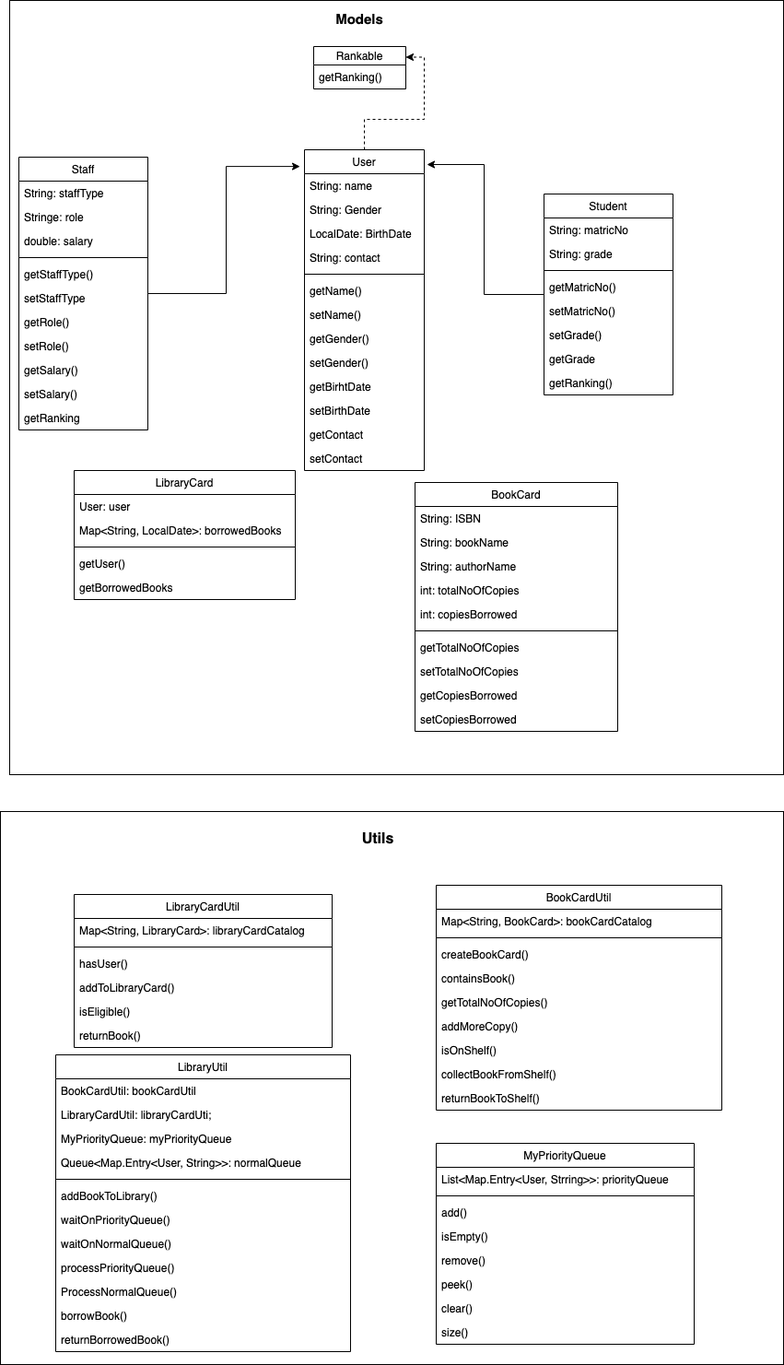
This is src/main/UML-DIAGRAM/librayModel-UML.png from Euchigere/LibraryModel, a draw.io export, as it was before one commit. Source tidied: cells renumbered, new cells last; positions are measured from the earlier drawing's top-left corner, leaving out a move shared by most shapes.
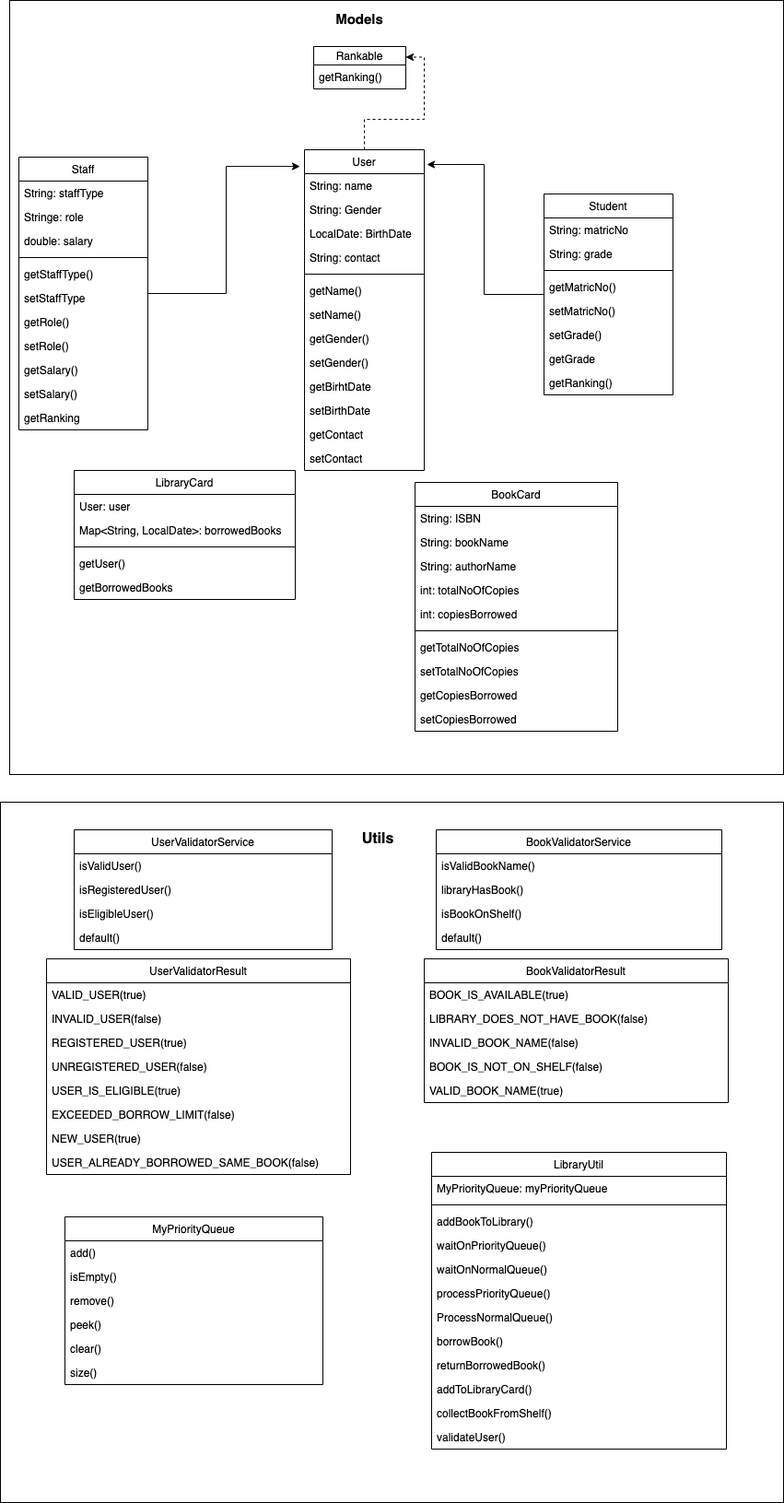
The same diagram one commit later.

Commit message:
update UML diagram

The edit, as a diff of the source:
```diff
@@ -5,3 +5,3 @@
     <mxCell id="2" style="rounded=0;whiteSpace=wrap;html=1;strokeWidth=1;fillColor=none;fontSize=12;" parent="1" vertex="1">
-      <mxGeometry y="880" width="850" height="600" as="geometry" />
+      <mxGeometry y="870" width="850" height="760" as="geometry" />
     </mxCell>
@@ -187,119 +187,137 @@
     </mxCell>
-    <mxCell id="63" value="MyPriorityQueue" style="swimlane;fontStyle=0;horizontal=1;startSize=26;fillColor=none;rounded=0;strokeWidth=1;fontSize=12;" parent="1" vertex="1">
-      <mxGeometry x="473" y="1240" width="280" height="218" as="geometry" />
-    </mxCell>
-    <mxCell id="64" value="List&lt;Map.Entry&lt;User, Strring&gt;&gt;: priorityQueue" style="text;strokeColor=none;fillColor=none;align=left;verticalAlign=top;spacingLeft=4;spacingRight=4;overflow=hidden;" parent="63" vertex="1">
-      <mxGeometry y="26" width="280" height="26" as="geometry" />
-    </mxCell>
-    <mxCell id="65" style="line;strokeWidth=1;html=1;rounded=0;fillColor=none;fontSize=12;" parent="63" vertex="1">
-      <mxGeometry y="52" width="280" height="10" as="geometry" />
-    </mxCell>
-    <mxCell id="66" value="add()" style="text;strokeColor=none;fillColor=none;align=left;verticalAlign=top;spacingLeft=4;spacingRight=4;overflow=hidden;" parent="63" vertex="1">
-      <mxGeometry y="62" width="280" height="26" as="geometry" />
-    </mxCell>
-    <mxCell id="67" value="isEmpty()" style="text;strokeColor=none;fillColor=none;align=left;verticalAlign=top;spacingLeft=4;spacingRight=4;overflow=hidden;" parent="63" vertex="1">
-      <mxGeometry y="88" width="280" height="26" as="geometry" />
-    </mxCell>
-    <mxCell id="68" value="remove()" style="text;strokeColor=none;fillColor=none;align=left;verticalAlign=top;spacingLeft=4;spacingRight=4;overflow=hidden;" parent="63" vertex="1">
-      <mxGeometry y="114" width="280" height="26" as="geometry" />
-    </mxCell>
-    <mxCell id="69" value="peek()" style="text;strokeColor=none;fillColor=none;align=left;verticalAlign=top;spacingLeft=4;spacingRight=4;overflow=hidden;" parent="63" vertex="1">
-      <mxGeometry y="140" width="280" height="26" as="geometry" />
-    </mxCell>
-    <mxCell id="70" value="clear()" style="text;strokeColor=none;fillColor=none;align=left;verticalAlign=top;spacingLeft=4;spacingRight=4;overflow=hidden;" parent="63" vertex="1">
-      <mxGeometry y="166" width="280" height="26" as="geometry" />
-    </mxCell>
-    <mxCell id="71" value="size()" style="text;strokeColor=none;fillColor=none;align=left;verticalAlign=top;spacingLeft=4;spacingRight=4;overflow=hidden;" parent="63" vertex="1">
-      <mxGeometry y="192" width="280" height="26" as="geometry" />
-    </mxCell>
+    <mxCell id="85" value="UserValidatorService" style="swimlane;fontStyle=0;horizontal=1;startSize=26;fillColor=none;rounded=0;strokeWidth=1;" parent="1" vertex="1">
+      <mxGeometry x="80" y="900" width="280" height="130" as="geometry" />
+    </mxCell>
+    <mxCell id="88" value="isValidUser()" style="text;strokeColor=none;fillColor=none;align=left;verticalAlign=top;spacingLeft=4;spacingRight=4;overflow=hidden;" parent="85" vertex="1">
+      <mxGeometry y="26" width="280" height="26" as="geometry" />
+    </mxCell>
+    <mxCell id="89" value="isRegisteredUser()" style="text;strokeColor=none;fillColor=none;align=left;verticalAlign=top;spacingLeft=4;spacingRight=4;overflow=hidden;" parent="85" vertex="1">
+      <mxGeometry y="52" width="280" height="26" as="geometry" />
+    </mxCell>
+    <mxCell id="90" value="isEligibleUser()" style="text;strokeColor=none;fillColor=none;align=left;verticalAlign=top;spacingLeft=4;spacingRight=4;overflow=hidden;" parent="85" vertex="1">
+      <mxGeometry y="78" width="280" height="26" as="geometry" />
+    </mxCell>
+    <mxCell id="91" value="default()" style="text;strokeColor=none;fillColor=none;align=left;verticalAlign=top;spacingLeft=4;spacingRight=4;overflow=hidden;" parent="85" vertex="1">
+      <mxGeometry y="104" width="280" height="26" as="geometry" />
+    </mxCell>
+    <mxCell id="102" value="UserValidatorResult" style="swimlane;fontStyle=0;horizontal=1;startSize=26;fillColor=none;rounded=0;strokeWidth=1;" parent="1" vertex="1">
+      <mxGeometry x="50" y="1040" width="330" height="234" as="geometry" />
+    </mxCell>
+    <mxCell id="103" value="VALID_USER(true)" style="text;strokeColor=none;fillColor=none;align=left;verticalAlign=top;spacingLeft=4;spacingRight=4;overflow=hidden;" parent="102" vertex="1">
+      <mxGeometry y="26" width="330" height="26" as="geometry" />
+    </mxCell>
+    <mxCell id="104" value="INVALID_USER(false)" style="text;strokeColor=none;fillColor=none;align=left;verticalAlign=top;spacingLeft=4;spacingRight=4;overflow=hidden;" parent="102" vertex="1">
+      <mxGeometry y="52" width="330" height="26" as="geometry" />
+    </mxCell>
+    <mxCell id="105" value="REGISTERED_USER(true)" style="text;strokeColor=none;fillColor=none;align=left;verticalAlign=top;spacingLeft=4;spacingRight=4;overflow=hidden;" parent="102" vertex="1">
+      <mxGeometry y="78" width="330" height="26" as="geometry" />
+    </mxCell>
+    <mxCell id="106" value="UNREGISTERED_USER(false)" style="text;strokeColor=none;fillColor=none;align=left;verticalAlign=top;spacingLeft=4;spacingRight=4;overflow=hidden;" parent="102" vertex="1">
+      <mxGeometry y="104" width="330" height="26" as="geometry" />
+    </mxCell>
+    <mxCell id="107" value="USER_IS_ELIGIBLE(true)" style="text;strokeColor=none;fillColor=none;align=left;verticalAlign=top;spacingLeft=4;spacingRight=4;overflow=hidden;" parent="102" vertex="1">
+      <mxGeometry y="130" width="330" height="26" as="geometry" />
+    </mxCell>
+    <mxCell id="108" value="EXCEEDED_BORROW_LIMIT(false)" style="text;strokeColor=none;fillColor=none;align=left;verticalAlign=top;spacingLeft=4;spacingRight=4;overflow=hidden;" parent="102" vertex="1">
+      <mxGeometry y="156" width="330" height="26" as="geometry" />
+    </mxCell>
+    <mxCell id="109" value="NEW_USER(true)" style="text;strokeColor=none;fillColor=none;align=left;verticalAlign=top;spacingLeft=4;spacingRight=4;overflow=hidden;" parent="102" vertex="1">
+      <mxGeometry y="182" width="330" height="26" as="geometry" />
+    </mxCell>
+    <mxCell id="110" value="USER_ALREADY_BORROWED_SAME_BOOK(false)" style="text;strokeColor=none;fillColor=none;align=left;verticalAlign=top;spacingLeft=4;spacingRight=4;overflow=hidden;" parent="102" vertex="1">
+      <mxGeometry y="208" width="330" height="26" as="geometry" />
+    </mxCell>
+    <mxCell id="92" value="BookValidatorService" style="swimlane;fontStyle=0;horizontal=1;startSize=26;fillColor=none;rounded=0;strokeWidth=1;" parent="1" vertex="1">
+      <mxGeometry x="473" y="900" width="310" height="130" as="geometry" />
+    </mxCell>
+    <mxCell id="95" value="isValidBookName()" style="text;strokeColor=none;fillColor=none;align=left;verticalAlign=top;spacingLeft=4;spacingRight=4;overflow=hidden;" parent="92" vertex="1">
+      <mxGeometry y="26" width="310" height="26" as="geometry" />
+    </mxCell>
+    <mxCell id="96" value="libraryHasBook()" style="text;strokeColor=none;fillColor=none;align=left;verticalAlign=top;spacingLeft=4;spacingRight=4;overflow=hidden;" parent="92" vertex="1">
+      <mxGeometry y="52" width="310" height="26" as="geometry" />
+    </mxCell>
+    <mxCell id="97" value="isBookOnShelf()" style="text;strokeColor=none;fillColor=none;align=left;verticalAlign=top;spacingLeft=4;spacingRight=4;overflow=hidden;" parent="92" vertex="1">
+      <mxGeometry y="78" width="310" height="26" as="geometry" />
+    </mxCell>
+    <mxCell id="98" value="default()" style="text;strokeColor=none;fillColor=none;align=left;verticalAlign=top;spacingLeft=4;spacingRight=4;overflow=hidden;" parent="92" vertex="1">
+      <mxGeometry y="104" width="310" height="26" as="geometry" />
+    </mxCell>
+    <mxCell id="111" value="BookValidatorResult" style="swimlane;fontStyle=0;horizontal=1;startSize=26;fillColor=none;rounded=0;strokeWidth=1;" parent="1" vertex="1">
+      <mxGeometry x="460" y="1040" width="330" height="156" as="geometry" />
+    </mxCell>
+    <mxCell id="112" value="BOOK_IS_AVAILABLE(true)" style="text;strokeColor=none;fillColor=none;align=left;verticalAlign=top;spacingLeft=4;spacingRight=4;overflow=hidden;" parent="111" vertex="1">
+      <mxGeometry y="26" width="330" height="26" as="geometry" />
+    </mxCell>
+    <mxCell id="113" value="LIBRARY_DOES_NOT_HAVE_BOOK(false)" style="text;strokeColor=none;fillColor=none;align=left;verticalAlign=top;spacingLeft=4;spacingRight=4;overflow=hidden;" parent="111" vertex="1">
+      <mxGeometry y="52" width="330" height="26" as="geometry" />
+    </mxCell>
+    <mxCell id="114" value="INVALID_BOOK_NAME(false)" style="text;strokeColor=none;fillColor=none;align=left;verticalAlign=top;spacingLeft=4;spacingRight=4;overflow=hidden;" parent="111" vertex="1">
+      <mxGeometry y="78" width="330" height="26" as="geometry" />
+    </mxCell>
+    <mxCell id="115" value="BOOK_IS_NOT_ON_SHELF(false)" style="text;strokeColor=none;fillColor=none;align=left;verticalAlign=top;spacingLeft=4;spacingRight=4;overflow=hidden;" parent="111" vertex="1">
+      <mxGeometry y="104" width="330" height="26" as="geometry" />
+    </mxCell>
+    <mxCell id="116" value="VALID_BOOK_NAME(true)" style="text;strokeColor=none;fillColor=none;align=left;verticalAlign=top;spacingLeft=4;spacingRight=4;overflow=hidden;" parent="111" vertex="1">
+      <mxGeometry y="130" width="330" height="26" as="geometry" />
+    </mxCell>
     <mxCell id="72" value="LibraryUtil" style="swimlane;fontStyle=0;horizontal=1;startSize=26;fillColor=none;rounded=0;strokeWidth=1;fontSize=12;" parent="1" vertex="1">
-      <mxGeometry x="60" y="1144" width="320" height="322" as="geometry" />
+      <mxGeometry x="468" y="1250" width="320" height="322" as="geometry" />
     </mxCell>
-    <mxCell id="73" value="BookCardUtil: bookCardUtil" style="text;strokeColor=none;fillColor=none;align=left;verticalAlign=top;spacingLeft=4;spacingRight=4;overflow=hidden;" parent="72" vertex="1">
-      <mxGeometry y="26" width="320" height="26" as="geometry" />
-    </mxCell>
-    <mxCell id="74" value="LibraryCardUtil: libraryCardUti;" style="text;strokeColor=none;fillColor=none;align=left;verticalAlign=top;spacingLeft=4;spacingRight=4;overflow=hidden;" parent="72" vertex="1">
-      <mxGeometry y="52" width="320" height="26" as="geometry" />
-    </mxCell>
     <mxCell id="75" value="MyPriorityQueue: myPriorityQueue" style="text;strokeColor=none;fillColor=none;align=left;verticalAlign=top;spacingLeft=4;spacingRight=4;overflow=hidden;" parent="72" vertex="1">
-      <mxGeometry y="78" width="320" height="26" as="geometry" />
+      <mxGeometry y="26" width="320" height="26" as="geometry" />
     </mxCell>
-    <mxCell id="76" value="Queue&lt;Map.Entry&lt;User, String&gt;&gt;: normalQueue" style="text;strokeColor=none;fillColor=none;align=left;verticalAlign=top;spacingLeft=4;spacingRight=4;overflow=hidden;" parent="72" vertex="1">
-      <mxGeometry y="104" width="320" height="26" as="geometry" />
-    </mxCell>
     <mxCell id="77" style="line;strokeWidth=1;html=1;rounded=0;fillColor=none;fontSize=12;" parent="72" vertex="1">
-      <mxGeometry y="130" width="320" height="10" as="geometry" />
+      <mxGeometry y="52" width="320" height="10" as="geometry" />
     </mxCell>
     <mxCell id="78" value="addBookToLibrary()" style="text;strokeColor=none;fillColor=none;align=left;verticalAlign=top;spacingLeft=4;spacingRight=4;overflow=hidden;" parent="72" vertex="1">
-      <mxGeometry y="140" width="320" height="26" as="geometry" />
+      <mxGeometry y="62" width="320" height="26" as="geometry" />
     </mxCell>
     <mxCell id="79" value="waitOnPriorityQueue()" style="text;strokeColor=none;fillColor=none;align=left;verticalAlign=top;spacingLeft=4;spacingRight=4;overflow=hidden;" parent="72" vertex="1">
-      <mxGeometry y="166" width="320" height="26" as="geometry" />
+      <mxGeometry y="88" width="320" height="26" as="geometry" />
     </mxCell>
     <mxCell id="80" value="waitOnNormalQueue()" style="text;strokeColor=none;fillColor=none;align=left;verticalAlign=top;spacingLeft=4;spacingRight=4;overflow=hidden;" parent="72" vertex="1">
-      <mxGeometry y="192" width="320" height="26" as="geometry" />
+      <mxGeometry y="114" width="320" height="26" as="geometry" />
     </mxCell>
     <mxCell id="81" value="processPriorityQueue()" style="text;strokeColor=none;fillColor=none;align=left;verticalAlign=top;spacingLeft=4;spacingRight=4;overflow=hidden;" parent="72" vertex="1">
-      <mxGeometry y="218" width="320" height="26" as="geometry" />
+      <mxGeometry y="140" width="320" height="26" as="geometry" />
     </mxCell>
     <mxCell id="82" value="ProcessNormalQueue()" style="text;strokeColor=none;fillColor=none;align=left;verticalAlign=top;spacingLeft=4;spacingRight=4;overflow=hidden;" parent="72" vertex="1">
-      <mxGeometry y="244" width="320" height="26" as="geometry" />
+      <mxGeometry y="166" width="320" height="26" as="geometry" />
     </mxCell>
     <mxCell id="83" value="borrowBook()" style="text;strokeColor=none;fillColor=none;align=left;verticalAlign=top;spacingLeft=4;spacingRight=4;overflow=hidden;" parent="72" vertex="1">
-      <mxGeometry y="270" width="320" height="26" as="geometry" />
+      <mxGeometry y="192" width="320" height="26" as="geometry" />
     </mxCell>
     <mxCell id="84" value="returnBorrowedBook()" style="text;strokeColor=none;fillColor=none;align=left;verticalAlign=top;spacingLeft=4;spacingRight=4;overflow=hidden;" parent="72" vertex="1">
-      <mxGeometry y="296" width="320" height="26" as="geometry" />
+      <mxGeometry y="218" width="320" height="26" as="geometry" />
     </mxCell>
-    <mxCell id="85" value="LibraryCardUtil" style="swimlane;fontStyle=0;horizontal=1;startSize=26;fillColor=none;rounded=0;strokeWidth=1;" parent="1" vertex="1">
-      <mxGeometry x="80" y="970" width="280" height="166" as="geometry" />
-    </mxCell>
-    <mxCell id="86" value="Map&lt;String, LibraryCard&gt;: libraryCardCatalog" style="text;strokeColor=none;fillColor=none;align=left;verticalAlign=top;spacingLeft=4;spacingRight=4;overflow=hidden;" parent="85" vertex="1">
-      <mxGeometry y="26" width="280" height="26" as="geometry" />
-    </mxCell>
-    <mxCell id="87" style="line;strokeWidth=1;html=1;rounded=0;fillColor=none;" parent="85" vertex="1">
-      <mxGeometry y="52" width="280" height="10" as="geometry" />
-    </mxCell>
-    <mxCell id="88" value="hasUser()" style="text;strokeColor=none;fillColor=none;align=left;verticalAlign=top;spacingLeft=4;spacingRight=4;overflow=hidden;" parent="85" vertex="1">
-      <mxGeometry y="62" width="280" height="26" as="geometry" />
-    </mxCell>
-    <mxCell id="89" value="addToLibraryCard()" style="text;strokeColor=none;fillColor=none;align=left;verticalAlign=top;spacingLeft=4;spacingRight=4;overflow=hidden;" parent="85" vertex="1">
-      <mxGeometry y="88" width="280" height="26" as="geometry" />
-    </mxCell>
-    <mxCell id="90" value="isEligible()" style="text;strokeColor=none;fillColor=none;align=left;verticalAlign=top;spacingLeft=4;spacingRight=4;overflow=hidden;" parent="85" vertex="1">
-      <mxGeometry y="114" width="280" height="26" as="geometry" />
-    </mxCell>
-    <mxCell id="91" value="returnBook()" style="text;strokeColor=none;fillColor=none;align=left;verticalAlign=top;spacingLeft=4;spacingRight=4;overflow=hidden;" parent="85" vertex="1">
-      <mxGeometry y="140" width="280" height="26" as="geometry" />
-    </mxCell>
-    <mxCell id="92" value="BookCardUtil" style="swimlane;fontStyle=0;horizontal=1;startSize=26;fillColor=none;rounded=0;strokeWidth=1;" parent="1" vertex="1">
-      <mxGeometry x="473" y="960" width="310" height="244" as="geometry" />
-    </mxCell>
-    <mxCell id="93" value="Map&lt;String, BookCard&gt;: bookCardCatalog" style="text;strokeColor=none;fillColor=none;align=left;verticalAlign=top;spacingLeft=4;spacingRight=4;overflow=hidden;" parent="92" vertex="1">
-      <mxGeometry y="26" width="310" height="26" as="geometry" />
-    </mxCell>
-    <mxCell id="94" style="line;strokeWidth=1;html=1;rounded=0;fillColor=none;fontSize=15;" parent="92" vertex="1">
-      <mxGeometry y="52" width="310" height="10" as="geometry" />
-    </mxCell>
-    <mxCell id="95" value="createBookCard()" style="text;strokeColor=none;fillColor=none;align=left;verticalAlign=top;spacingLeft=4;spacingRight=4;overflow=hidden;" parent="92" vertex="1">
-      <mxGeometry y="62" width="310" height="26" as="geometry" />
-    </mxCell>
-    <mxCell id="96" value="containsBook()" style="text;strokeColor=none;fillColor=none;align=left;verticalAlign=top;spacingLeft=4;spacingRight=4;overflow=hidden;" parent="92" vertex="1">
-      <mxGeometry y="88" width="310" height="26" as="geometry" />
-    </mxCell>
-    <mxCell id="97" value="getTotalNoOfCopies()" style="text;strokeColor=none;fillColor=none;align=left;verticalAlign=top;spacingLeft=4;spacingRight=4;overflow=hidden;" parent="92" vertex="1">
-      <mxGeometry y="114" width="310" height="26" as="geometry" />
-    </mxCell>
-    <mxCell id="98" value="addMoreCopy()" style="text;strokeColor=none;fillColor=none;align=left;verticalAlign=top;spacingLeft=4;spacingRight=4;overflow=hidden;" parent="92" vertex="1">
-      <mxGeometry y="140" width="310" height="26" as="geometry" />
-    </mxCell>
-    <mxCell id="99" value="isOnShelf()" style="text;strokeColor=none;fillColor=none;align=left;verticalAlign=top;spacingLeft=4;spacingRight=4;overflow=hidden;" parent="92" vertex="1">
-      <mxGeometry y="166" width="310" height="26" as="geometry" />
-    </mxCell>
+    <mxCell id="117" value="addToLibraryCard()" style="text;strokeColor=none;fillColor=none;align=left;verticalAlign=top;spacingLeft=4;spacingRight=4;overflow=hidden;" parent="72" vertex="1">
+      <mxGeometry y="244" width="320" height="26" as="geometry" />
+    </mxCell>
-    <mxCell id="100" value="collectBookFromShelf()" style="text;strokeColor=none;fillColor=none;align=left;verticalAlign=top;spacingLeft=4;spacingRight=4;overflow=hidden;" parent="92" vertex="1">
-      <mxGeometry y="192" width="310" height="26" as="geometry" />
+    <mxCell id="100" value="collectBookFromShelf()" style="text;strokeColor=none;fillColor=none;align=left;verticalAlign=top;spacingLeft=4;spacingRight=4;overflow=hidden;" parent="72" vertex="1">
+      <mxGeometry y="270" width="320" height="26" as="geometry" />
     </mxCell>
-    <mxCell id="101" value="returnBookToShelf()" style="text;strokeColor=none;fillColor=none;align=left;verticalAlign=top;spacingLeft=4;spacingRight=4;overflow=hidden;" parent="92" vertex="1">
-      <mxGeometry y="218" width="310" height="26" as="geometry" />
-    </mxCell>
+    <mxCell id="118" value="validateUser()" style="text;strokeColor=none;fillColor=none;align=left;verticalAlign=top;spacingLeft=4;spacingRight=4;overflow=hidden;" parent="72" vertex="1">
+      <mxGeometry y="296" width="320" height="26" as="geometry" />
+    </mxCell>
+    <mxCell id="63" value="MyPriorityQueue" style="swimlane;fontStyle=0;horizontal=1;startSize=26;fillColor=none;rounded=0;strokeWidth=1;fontSize=12;" parent="1" vertex="1">
+      <mxGeometry x="70" y="1320" width="280" height="182" as="geometry" />
+    </mxCell>
+    <mxCell id="66" value="add()" style="text;strokeColor=none;fillColor=none;align=left;verticalAlign=top;spacingLeft=4;spacingRight=4;overflow=hidden;" parent="63" vertex="1">
+      <mxGeometry y="26" width="280" height="26" as="geometry" />
+    </mxCell>
+    <mxCell id="67" value="isEmpty()" style="text;strokeColor=none;fillColor=none;align=left;verticalAlign=top;spacingLeft=4;spacingRight=4;overflow=hidden;" parent="63" vertex="1">
+      <mxGeometry y="52" width="280" height="26" as="geometry" />
+    </mxCell>
+    <mxCell id="68" value="remove()" style="text;strokeColor=none;fillColor=none;align=left;verticalAlign=top;spacingLeft=4;spacingRight=4;overflow=hidden;" parent="63" vertex="1">
+      <mxGeometry y="78" width="280" height="26" as="geometry" />
+    </mxCell>
+    <mxCell id="69" value="peek()" style="text;strokeColor=none;fillColor=none;align=left;verticalAlign=top;spacingLeft=4;spacingRight=4;overflow=hidden;" parent="63" vertex="1">
+      <mxGeometry y="104" width="280" height="26" as="geometry" />
+    </mxCell>
+    <mxCell id="70" value="clear()" style="text;strokeColor=none;fillColor=none;align=left;verticalAlign=top;spacingLeft=4;spacingRight=4;overflow=hidden;" parent="63" vertex="1">
+      <mxGeometry y="130" width="280" height="26" as="geometry" />
+    </mxCell>
+    <mxCell id="71" value="size()" style="text;strokeColor=none;fillColor=none;align=left;verticalAlign=top;spacingLeft=4;spacingRight=4;overflow=hidden;" parent="63" vertex="1">
+      <mxGeometry y="156" width="280" height="26" as="geometry" />
+    </mxCell>
   </root>
```
